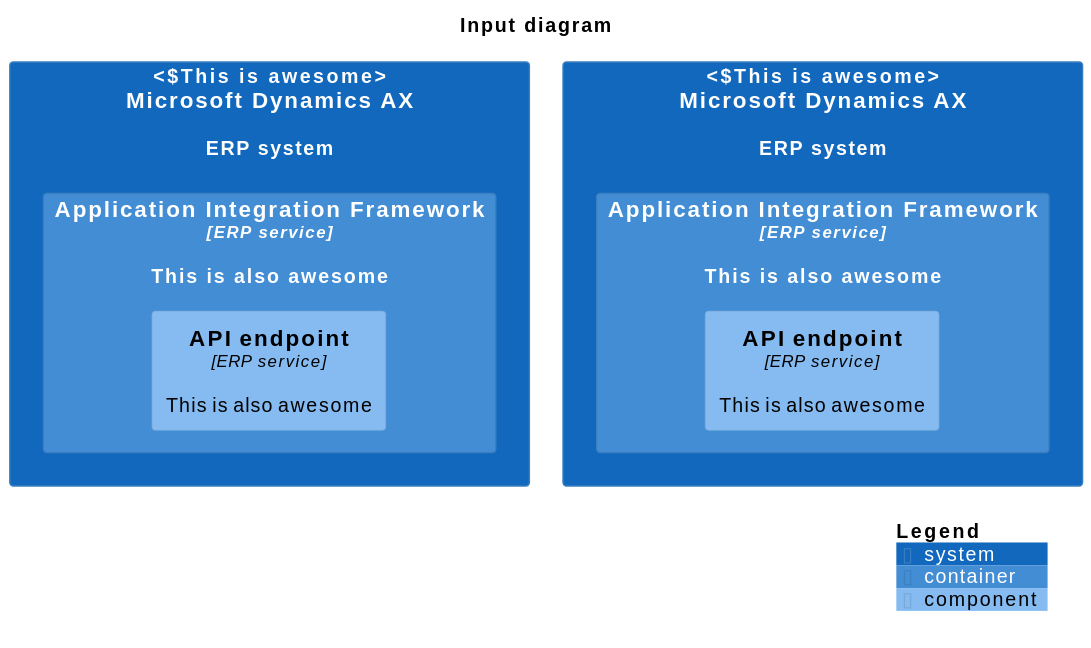
The PlantUML diagram diagram.svg in localgod/catalyst, before a commit. Its diagram source:
```plantuml
@startuml
!includeurl https://raw.githubusercontent.com/plantuml-stdlib/C4-PlantUML/master/C4_Component.puml
!include https://raw.githubusercontent.com/plantuml-stdlib/C4-PlantUML/master/C4_Component.puml

scale 1.0
title Input diagram
System(AX, "Microsoft Dynamics AX", "ERP system", "This is awesome") {
    Container(AIF, "Application Integration Framework", "ERP service", "This is also awesome", $tags=tytter) {
        Component(END, "API endpoint", "ERP service", "This is also awesome", $tags=tytter)
    }
}
System(AX2, "Microsoft Dynamics AX", "ERP system", "This is awesome") {
    Container(AIF2, "Application Integration Framework", "ERP service", "This is also awesome", $tags=tytter) {
        Component(END2, "API endpoint", "ERP service", "This is also awesome", $tags=tytter)
    }
}

LAYOUT_TOP_DOWN()
SHOW_LEGEND()
@enduml
```
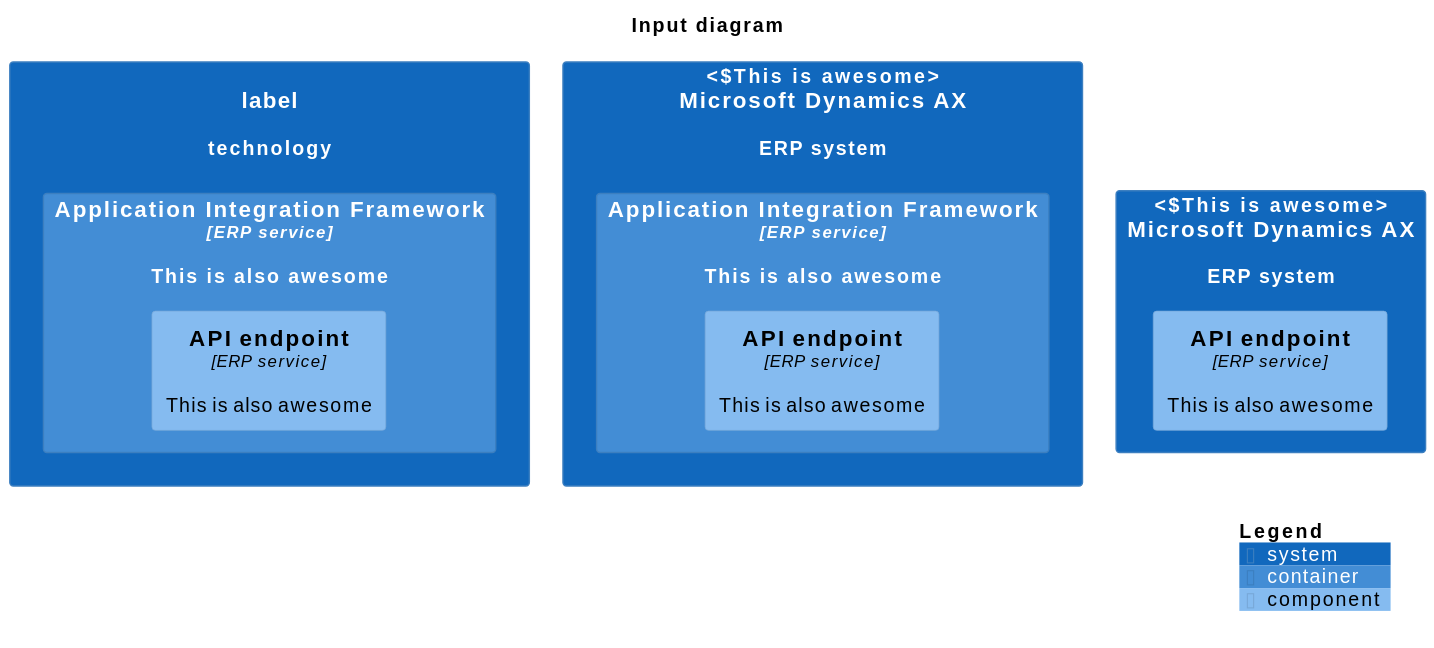
The same file after the commit.

The edit, as a diff of the source:
```diff
@@ -4,7 +4,7 @@
 
 scale 1.0
 title Input diagram
-System(AX, "Microsoft Dynamics AX", "ERP system", "This is awesome") {
+System(AX, "label", "technology", "description") {
     Container(AIF, "Application Integration Framework", "ERP service", "This is also awesome", $tags=tytter) {
         Component(END, "API endpoint", "ERP service", "This is also awesome", $tags=tytter)
     }
@@ -15,6 +15,13 @@
     }
 }
 
+System(AX3, "Microsoft Dynamics AX", "ERP system", "This is awesome") {
+
+        Component(END3, "API endpoint", "ERP service", "This is also awesome", $tags=tytter)
+
+}
+
+
 LAYOUT_TOP_DOWN()
 SHOW_LEGEND()
 @enduml
```
